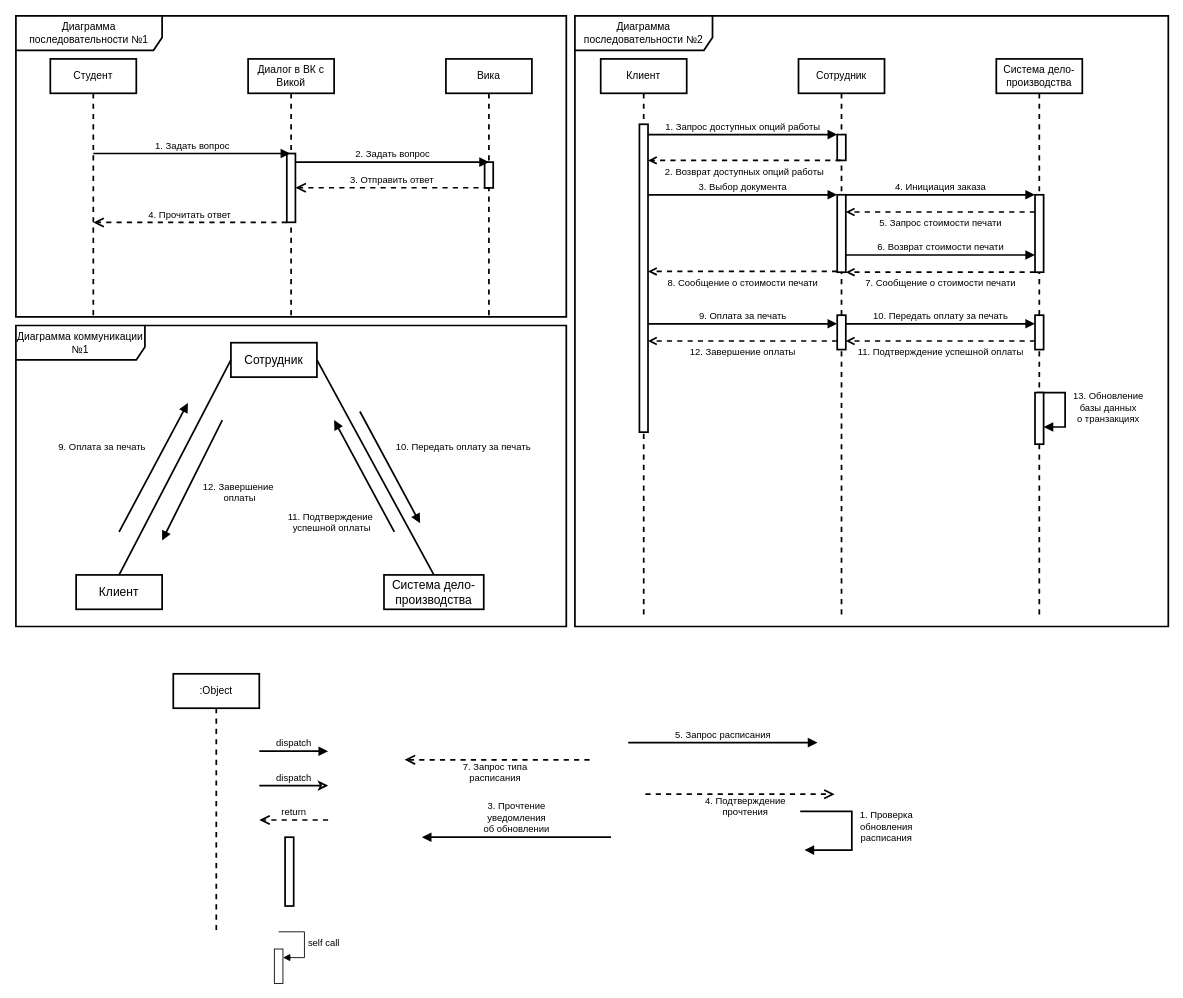
Earlier version of the draw.io diagram page "Page-2" (2 of 3) of 1.drawio (Helpmepleaseitishard/Aikms). Source tidied: cells renumbered, new cells numbered last; positions are measured from the earlier drawing's top-left corner, leaving out a move shared by most shapes. Both pictures are drawn from the tidied source at 86%, with x=0, y=0 at pixel (15, 15).
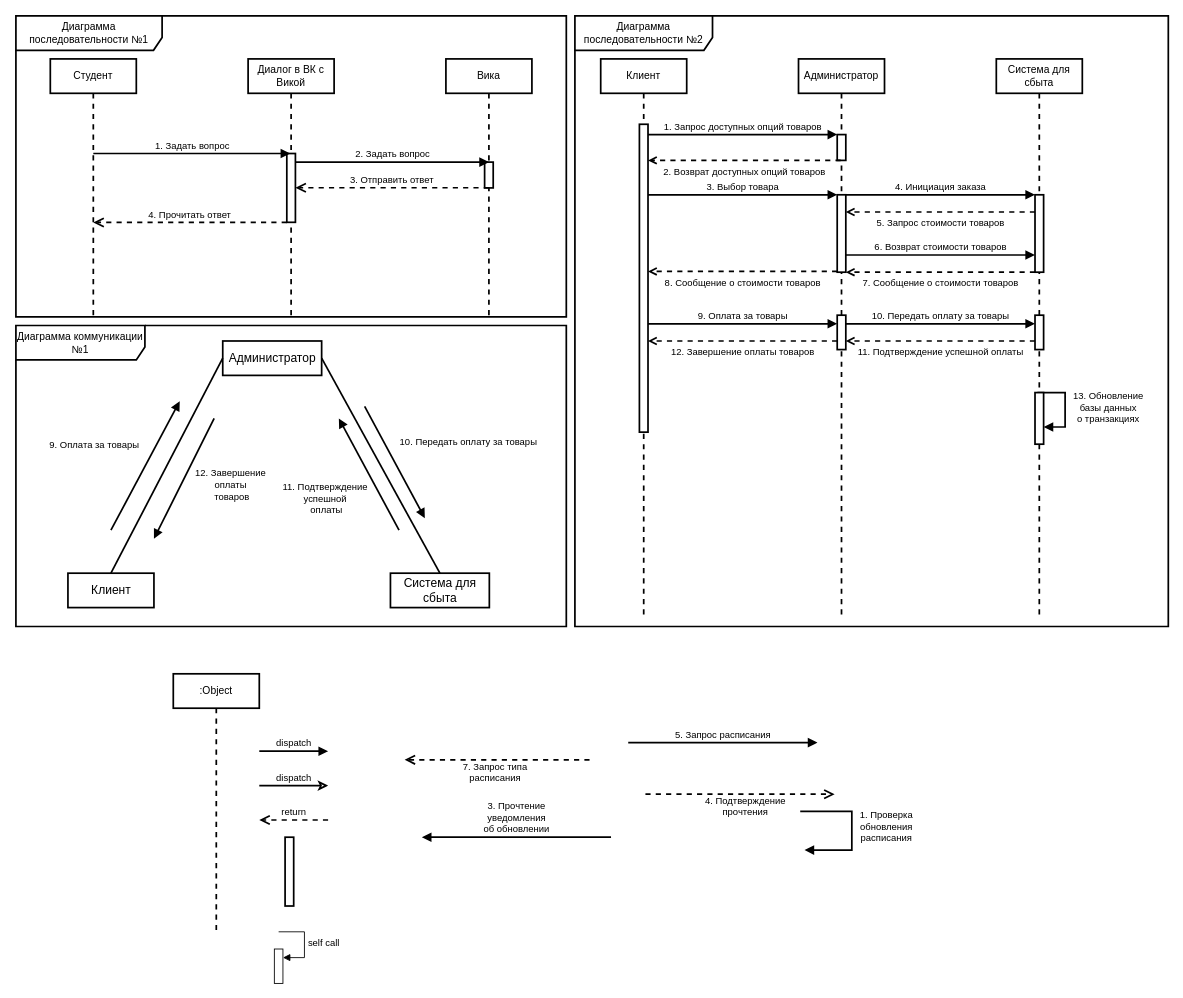
Above is the later version.

The change refers to these unchanged cells:
```xml
<mxCell id="42" style="html=1;points=[[0,0,0,0,5],[0,1,0,0,-5],[1,0,0,0,5],[1,1,0,0,-5]];perimeter=orthogonalPerimeter;outlineConnect=0;targetShapes=umlLifeline;portConstraint=eastwest;newEdgeStyle={&quot;curved&quot;:0,&quot;rounded&quot;:0};strokeWidth=2;" parent="1" vertex="1">
  <mxGeometry x="955" y="348" width="10" height="40" as="geometry" />
</mxCell>
<mxCell id="43" style="html=1;points=[[0,0,0,0,5],[0,1,0,0,-5],[1,0,0,0,5],[1,1,0,0,-5]];perimeter=orthogonalPerimeter;outlineConnect=0;targetShapes=umlLifeline;portConstraint=eastwest;newEdgeStyle={&quot;curved&quot;:0,&quot;rounded&quot;:0};strokeWidth=2;" parent="1" vertex="1">
  <mxGeometry x="1185" y="348" width="10" height="40" as="geometry" />
</mxCell>
<mxCell id="48" style="html=1;points=[[0,0,0,0,5],[0,1,0,0,-5],[1,0,0,0,5],[1,1,0,0,-5]];perimeter=orthogonalPerimeter;outlineConnect=0;targetShapes=umlLifeline;portConstraint=eastwest;newEdgeStyle={&quot;curved&quot;:0,&quot;rounded&quot;:0};strokeWidth=2;" parent="1" vertex="1">
  <mxGeometry x="955" y="208" width="10" height="90" as="geometry" />
</mxCell>
<mxCell id="49" style="html=1;points=[[0,0,0,0,5],[0,1,0,0,-5],[1,0,0,0,5],[1,1,0,0,-5]];perimeter=orthogonalPerimeter;outlineConnect=0;targetShapes=umlLifeline;portConstraint=eastwest;newEdgeStyle={&quot;curved&quot;:0,&quot;rounded&quot;:0};strokeWidth=2;" parent="1" vertex="1">
  <mxGeometry x="1185" y="208" width="10" height="90" as="geometry" />
</mxCell>
```

Diff of the diagram source:
```diff
@@
-    <mxCell id="2" value="Система дело-производства" style="shape=umlLifeline;perimeter=lifelinePerimeter;whiteSpace=wrap;html=1;newEdgeStyle={&quot;curved&quot;:0,&quot;rounded&quot;:0};strokeWidth=2;" parent="1" vertex="1">
+    <mxCell id="2" value="Система для сбыта" style="shape=umlLifeline;perimeter=lifelinePerimeter;whiteSpace=wrap;html=1;newEdgeStyle={&quot;curved&quot;:0,&quot;rounded&quot;:0};strokeWidth=2;" parent="1" vertex="1">
       <mxGeometry x="1140" y="50" width="100" height="650" as="geometry" />
     </mxCell>
@@
-    <mxCell id="27" value="Сотрудник" style="shape=umlLifeline;perimeter=lifelinePerimeter;whiteSpace=wrap;html=1;newEdgeStyle={&quot;curved&quot;:0,&quot;rounded&quot;:0};strokeWidth=2;" parent="1" vertex="1">
+    <mxCell id="27" value="Администратор" style="shape=umlLifeline;perimeter=lifelinePerimeter;whiteSpace=wrap;html=1;newEdgeStyle={&quot;curved&quot;:0,&quot;rounded&quot;:0};strokeWidth=2;" parent="1" vertex="1">
       <mxGeometry x="910" y="50" width="100" height="650" as="geometry" />
     </mxCell>
@@
+    <mxCell id="38" value="Диаграмма коммуникации №1" style="shape=umlFrame;whiteSpace=wrap;html=1;width=150;height=40;strokeWidth=2;" parent="1" vertex="1">
+      <mxGeometry y="360" width="640" height="350" as="geometry" />
+    </mxCell>
     <mxCell id="29" value="Клиент" style="html=1;whiteSpace=wrap;strokeWidth=2;fontSize=14;" parent="1" vertex="1">
-      <mxGeometry x="70" y="650" width="100" height="40" as="geometry" />
+      <mxGeometry x="60.5" y="648" width="100" height="40" as="geometry" />
     </mxCell>
-    <mxCell id="30" value="Сотрудник" style="html=1;whiteSpace=wrap;strokeWidth=2;fontSize=14;" parent="1" vertex="1">
-      <mxGeometry x="250" y="380" width="100" height="40" as="geometry" />
-    </mxCell>
-    <mxCell id="31" value="Система дело-производства" style="html=1;whiteSpace=wrap;strokeWidth=2;fontSize=14;" parent="1" vertex="1">
-      <mxGeometry x="428" y="650" width="116" height="40" as="geometry" />
-    </mxCell>
-    <mxCell id="32" style="html=1;verticalAlign=bottom;endArrow=none;curved=0;rounded=0;strokeWidth=2;startFill=0;entryX=0;entryY=0.5;entryDx=0;entryDy=0;exitX=0.5;exitY=0;exitDx=0;exitDy=0;" parent="1" edge="1" source="29" target="30">
-      <mxGeometry relative="1" as="geometry" />
-    </mxCell>
-    <mxCell id="33" style="html=1;verticalAlign=bottom;endArrow=none;curved=0;rounded=0;strokeWidth=2;startFill=0;entryX=1;entryY=0.5;entryDx=0;entryDy=0;exitX=0.5;exitY=0;exitDx=0;exitDy=0;" parent="1" edge="1" source="31" target="30">
-      <mxGeometry relative="1" as="geometry" />
-    </mxCell>
-    <mxCell id="34" value="9. Оплата за печать" style="html=1;verticalAlign=bottom;endArrow=block;curved=0;rounded=0;strokeWidth=2;startFill=0;exitX=0.5;exitY=0;exitDx=0;exitDy=0;endFill=1;" parent="1" edge="1">
-      <mxGeometry x="-0.18" y="60" relative="1" as="geometry">
-        <mxPoint x="120" y="600" as="sourcePoint" />
-        <mxPoint x="200" y="450" as="targetPoint" />
-      </mxGeometry>
-    </mxCell>
-    <mxCell id="35" value="10. Передать оплату за печать" style="html=1;verticalAlign=bottom;endArrow=block;curved=0;rounded=0;strokeWidth=2;startFill=0;exitX=0.5;exitY=0;exitDx=0;exitDy=0;endFill=1;" parent="1" edge="1">
-      <mxGeometry x="0.37" y="82" relative="1" as="geometry">
-        <mxPoint x="400" y="460" as="sourcePoint" />
-        <mxPoint x="470" y="590" as="targetPoint" />
-      </mxGeometry>
-    </mxCell>
+    <mxCell id="58" value="Администратор" style="html=1;whiteSpace=wrap;strokeWidth=2;fontSize=14;" parent="1" vertex="1">
+      <mxGeometry x="240.5" y="378" width="115" height="40" as="geometry" />
+    </mxCell>
+    <mxCell id="59" value="Система для сбыта" style="html=1;whiteSpace=wrap;strokeWidth=2;fontSize=14;" parent="1" vertex="1">
+      <mxGeometry x="435.5" y="648" width="115" height="40" as="geometry" />
+    </mxCell>
+    <mxCell id="60" style="html=1;verticalAlign=bottom;endArrow=none;curved=0;rounded=0;strokeWidth=2;startFill=0;entryX=0;entryY=0.5;entryDx=0;entryDy=0;exitX=0.5;exitY=0;exitDx=0;exitDy=0;" parent="1" edge="1" source="29" target="58">
+      <mxGeometry relative="1" as="geometry" />
+    </mxCell>
+    <mxCell id="61" style="html=1;verticalAlign=bottom;endArrow=none;curved=0;rounded=0;strokeWidth=2;startFill=0;entryX=1;entryY=0.5;entryDx=0;entryDy=0;exitX=0.5;exitY=0;exitDx=0;exitDy=0;" parent="1" edge="1" source="59" target="58">
+      <mxGeometry relative="1" as="geometry" />
+    </mxCell>
+    <mxCell id="62" value="9. Оплата за товары" style="html=1;verticalAlign=bottom;endArrow=block;curved=0;rounded=0;strokeWidth=2;startFill=0;exitX=0.5;exitY=0;exitDx=0;exitDy=0;endFill=1;" parent="1" edge="1">
+      <mxGeometry x="-0.18" y="60" relative="1" as="geometry">
+        <mxPoint x="110.5" y="598" as="sourcePoint" />
+        <mxPoint x="190.5" y="448" as="targetPoint" />
+      </mxGeometry>
+    </mxCell>
+    <mxCell id="63" value="10. Передать оплату за товары" style="html=1;verticalAlign=bottom;endArrow=block;curved=0;rounded=0;strokeWidth=2;startFill=0;exitX=0.5;exitY=0;exitDx=0;exitDy=0;endFill=1;" parent="1" edge="1">
+      <mxGeometry x="0.37" y="82" relative="1" as="geometry">
+        <mxPoint x="405.5" y="454" as="sourcePoint" />
+        <mxPoint x="475.5" y="584" as="targetPoint" />
+      </mxGeometry>
+    </mxCell>
-    <mxCell id="36" value="&lt;div&gt;11. Подтверждение&amp;nbsp;&lt;/div&gt;&lt;div&gt;успешной оплаты&lt;/div&gt;" style="html=1;verticalAlign=bottom;endArrow=block;curved=0;rounded=0;strokeWidth=2;startFill=0;endFill=1;" parent="1" edge="1">
-      <mxGeometry x="-0.59" y="67" relative="1" as="geometry">
-        <mxPoint x="440" y="600" as="sourcePoint" />
-        <mxPoint x="370" y="470" as="targetPoint" />
+    <mxCell id="36" value="&lt;div&gt;11. Подтверждение&amp;nbsp;&lt;/div&gt;&lt;div&gt;успешной&amp;nbsp;&lt;/div&gt;&lt;div&gt;оплаты&lt;/div&gt;" style="html=1;verticalAlign=bottom;endArrow=block;curved=0;rounded=0;strokeWidth=2;startFill=0;endFill=1;" parent="1" edge="1">
+      <mxGeometry x="-0.29" y="68" relative="1" as="geometry">
+        <mxPoint x="445.5" y="598" as="sourcePoint" />
+        <mxPoint x="375.5" y="468" as="targetPoint" />
       </mxGeometry>
     </mxCell>
-    <mxCell id="37" value="&lt;div&gt;12. Завершение&amp;nbsp;&lt;/div&gt;&lt;div&gt;оплаты&lt;/div&gt;" style="html=1;verticalAlign=bottom;endArrow=block;curved=0;rounded=0;strokeWidth=2;startFill=0;endFill=1;" parent="1" edge="1">
-      <mxGeometry x="0.03" y="63" relative="1" as="geometry">
-        <mxPoint x="240" y="470" as="sourcePoint" />
-        <mxPoint x="170" y="610" as="targetPoint" />
-        <mxPoint y="-1" as="offset" />
-      </mxGeometry>
-    </mxCell>
-    <mxCell id="38" value="Диаграмма коммуникации №1" style="shape=umlFrame;whiteSpace=wrap;html=1;width=150;height=40;strokeWidth=2;" parent="1" vertex="1">
-      <mxGeometry y="360" width="640" height="350" as="geometry" />
-    </mxCell>
+    <mxCell id="64" value="&lt;div&gt;12. Завершение&amp;nbsp;&lt;/div&gt;&lt;div&gt;оплаты&amp;nbsp;&lt;/div&gt;&lt;div&gt;товаров&lt;/div&gt;" style="html=1;verticalAlign=bottom;endArrow=block;curved=0;rounded=0;strokeWidth=2;startFill=0;endFill=1;" parent="1" edge="1">
+      <mxGeometry x="0.03" y="63" relative="1" as="geometry">
+        <mxPoint x="230.5" y="468" as="sourcePoint" />
+        <mxPoint x="160.5" y="608" as="targetPoint" />
+        <mxPoint y="-1" as="offset" />
+      </mxGeometry>
+    </mxCell>
@@
-    <mxCell id="44" value="9. Оплата за печать" style="html=1;verticalAlign=bottom;endArrow=block;curved=0;rounded=0;strokeWidth=2;" parent="1" edge="1" target="42">
-      <mxGeometry relative="1" as="geometry">
-        <mxPoint x="735" y="358" as="sourcePoint" />
-      </mxGeometry>
-    </mxCell>
+    <mxCell id="65" value="9. Оплата за товары" style="html=1;verticalAlign=bottom;endArrow=block;curved=0;rounded=0;strokeWidth=2;" parent="1" edge="1" target="42">
+      <mxGeometry relative="1" as="geometry">
+        <mxPoint x="735" y="358" as="sourcePoint" />
+      </mxGeometry>
+    </mxCell>
@@
-    <mxCell id="46" value="12. Завершение оплаты" style="html=1;verticalAlign=top;endArrow=open;curved=0;rounded=0;strokeWidth=2;dashed=1;endFill=0;" parent="1" edge="1" source="42">
-      <mxGeometry relative="1" as="geometry">
-        <mxPoint x="735" y="378" as="targetPoint" />
-        <Array as="points">
-          <mxPoint x="890" y="378" />
-        </Array>
-      </mxGeometry>
-    </mxCell>
+    <mxCell id="66" value="12. Завершение оплаты товаров" style="html=1;verticalAlign=top;endArrow=open;curved=0;rounded=0;strokeWidth=2;dashed=1;endFill=0;" parent="1" edge="1" source="42">
+      <mxGeometry relative="1" as="geometry">
+        <mxPoint x="735" y="378" as="targetPoint" />
+        <Array as="points">
+          <mxPoint x="890" y="378" />
+        </Array>
+      </mxGeometry>
+    </mxCell>
-    <mxCell id="47" value="10. Передать оплату за печать" style="html=1;verticalAlign=bottom;endArrow=block;curved=0;rounded=0;strokeWidth=2;" parent="1" edge="1" source="42" target="43">
+    <mxCell id="47" value="10. Передать оплату за товары" style="html=1;verticalAlign=bottom;endArrow=block;curved=0;rounded=0;strokeWidth=2;" parent="1" edge="1" source="42" target="43">
       <mxGeometry relative="1" as="geometry">
         <Array as="points">
           <mxPoint x="1065" y="358" />
         </Array>
       </mxGeometry>
     </mxCell>
@@
-    <mxCell id="50" value="5. Запрос стоимости печати" style="html=1;verticalAlign=top;endArrow=open;curved=0;rounded=0;strokeWidth=2;dashed=1;endFill=0;" parent="1" edge="1" source="49" target="48">
-      <mxGeometry relative="1" as="geometry">
-        <Array as="points">
-          <mxPoint x="1070" y="228" />
-        </Array>
-      </mxGeometry>
-    </mxCell>
+    <mxCell id="67" value="5. Запрос стоимости товаров" style="html=1;verticalAlign=top;endArrow=open;curved=0;rounded=0;strokeWidth=2;dashed=1;endFill=0;" parent="1" edge="1" source="49" target="48">
+      <mxGeometry relative="1" as="geometry">
+        <Array as="points">
+          <mxPoint x="1070" y="228" />
+        </Array>
+      </mxGeometry>
+    </mxCell>
-    <mxCell id="51" value="6. Возврат стоимости печати" style="html=1;verticalAlign=bottom;endArrow=block;curved=0;rounded=0;strokeWidth=2;endFill=1;" parent="1" edge="1" source="48" target="49">
+    <mxCell id="51" value="6. Возврат стоимости товаров" style="html=1;verticalAlign=bottom;endArrow=block;curved=0;rounded=0;strokeWidth=2;endFill=1;" parent="1" edge="1" source="48" target="49">
       <mxGeometry relative="1" as="geometry">
         <Array as="points">
           <mxPoint x="1070" y="278" />
         </Array>
       </mxGeometry>
     </mxCell>
-    <mxCell id="52" value="7. Сообщение о стоимости печати" style="html=1;verticalAlign=top;endArrow=open;curved=0;rounded=0;strokeWidth=2;dashed=1;endFill=0;" parent="1" edge="1" source="49" target="48">
-      <mxGeometry relative="1" as="geometry">
-        <Array as="points">
-          <mxPoint x="1060" y="298" />
-        </Array>
-      </mxGeometry>
-    </mxCell>
-    <mxCell id="53" value="1. Запрос доступных опций работы" style="html=1;verticalAlign=bottom;endArrow=block;curved=0;rounded=0;strokeWidth=2;" parent="1" edge="1">
-      <mxGeometry relative="1" as="geometry">
-        <mxPoint x="735" y="138" as="sourcePoint" />
-        <mxPoint x="955" y="138" as="targetPoint" />
-      </mxGeometry>
-    </mxCell>
-    <mxCell id="54" value="2. Возврат доступных опций работы" style="html=1;verticalAlign=top;endArrow=open;curved=0;rounded=0;strokeWidth=2;dashed=1;endFill=0;" parent="1" edge="1">
-      <mxGeometry relative="1" as="geometry">
-        <mxPoint x="959" y="168" as="sourcePoint" />
-        <mxPoint x="735" y="168" as="targetPoint" />
-        <Array as="points">
-          <mxPoint x="840" y="168" />
-        </Array>
-      </mxGeometry>
-    </mxCell>
-    <mxCell id="55" value="3. Выбор документа" style="html=1;verticalAlign=bottom;endArrow=block;curved=0;rounded=0;strokeWidth=2;" parent="1" edge="1">
-      <mxGeometry relative="1" as="geometry">
-        <mxPoint x="735" y="208" as="sourcePoint" />
-        <mxPoint x="955" y="208" as="targetPoint" />
-        <Array as="points">
-          <mxPoint x="850" y="208" />
-        </Array>
-      </mxGeometry>
-    </mxCell>
-    <mxCell id="56" value="8. Сообщение о стоимости печати" style="html=1;verticalAlign=top;endArrow=open;curved=0;rounded=0;strokeWidth=2;endFill=0;dashed=1;" parent="1" edge="1">
-      <mxGeometry relative="1" as="geometry">
-        <mxPoint x="955" y="297.1" as="sourcePoint" />
-        <mxPoint x="735" y="297.1" as="targetPoint" />
-        <Array as="points">
-          <mxPoint x="840" y="297.1" />
-        </Array>
-      </mxGeometry>
-    </mxCell>
+    <mxCell id="68" value="7. Сообщение о стоимости товаров" style="html=1;verticalAlign=top;endArrow=open;curved=0;rounded=0;strokeWidth=2;dashed=1;endFill=0;" parent="1" edge="1" source="49" target="48">
+      <mxGeometry relative="1" as="geometry">
+        <Array as="points">
+          <mxPoint x="1060" y="298" />
+        </Array>
+      </mxGeometry>
+    </mxCell>
+    <mxCell id="69" value="1. Запрос доступных опций товаров" style="html=1;verticalAlign=bottom;endArrow=block;curved=0;rounded=0;strokeWidth=2;" parent="1" edge="1">
+      <mxGeometry relative="1" as="geometry">
+        <mxPoint x="735" y="138" as="sourcePoint" />
+        <mxPoint x="955" y="138" as="targetPoint" />
+      </mxGeometry>
+    </mxCell>
+    <mxCell id="70" value="2. Возврат доступных опций товаров" style="html=1;verticalAlign=top;endArrow=open;curved=0;rounded=0;strokeWidth=2;dashed=1;endFill=0;" parent="1" edge="1">
+      <mxGeometry relative="1" as="geometry">
+        <mxPoint x="959" y="168" as="sourcePoint" />
+        <mxPoint x="735" y="168" as="targetPoint" />
+        <Array as="points">
+          <mxPoint x="840" y="168" />
+        </Array>
+      </mxGeometry>
+    </mxCell>
+    <mxCell id="71" value="3. Выбор товара" style="html=1;verticalAlign=bottom;endArrow=block;curved=0;rounded=0;strokeWidth=2;" parent="1" edge="1">
+      <mxGeometry relative="1" as="geometry">
+        <mxPoint x="735" y="208" as="sourcePoint" />
+        <mxPoint x="955" y="208" as="targetPoint" />
+        <Array as="points">
+          <mxPoint x="850" y="208" />
+        </Array>
+      </mxGeometry>
+    </mxCell>
+    <mxCell id="72" value="8. Сообщение о стоимости товаров" style="html=1;verticalAlign=top;endArrow=open;curved=0;rounded=0;strokeWidth=2;endFill=0;dashed=1;" parent="1" edge="1">
+      <mxGeometry relative="1" as="geometry">
+        <mxPoint x="955" y="297.1" as="sourcePoint" />
+        <mxPoint x="735" y="297.1" as="targetPoint" />
+        <Array as="points">
+          <mxPoint x="840" y="297.1" />
+        </Array>
+      </mxGeometry>
+    </mxCell>
```
